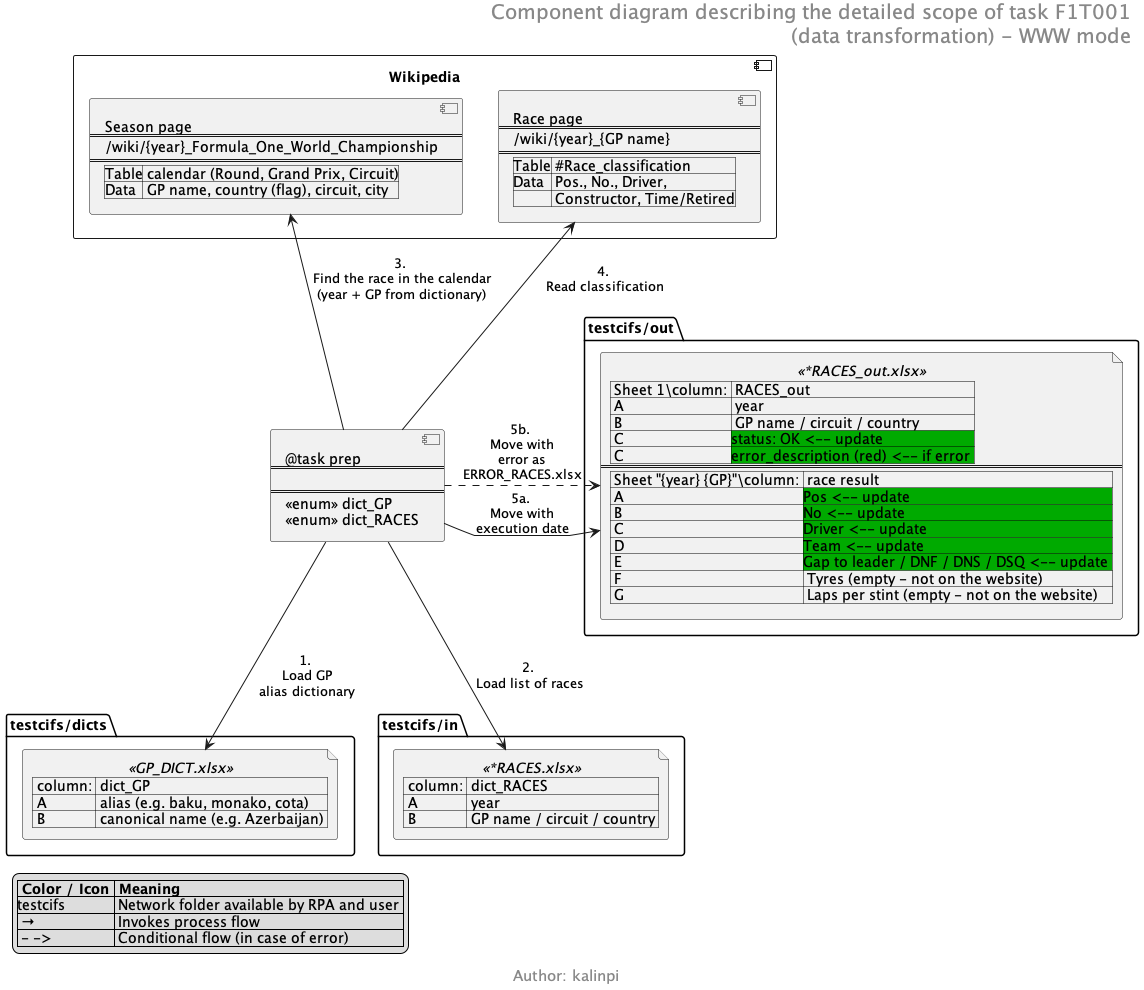
Before: www/f1t001/docs/EN/1_task_prep_Component_Diagram.png, a diagram exported from PlantUML (kalinpi/f1-rpa). Its diagram source:
```plantuml
@startuml
skinparam HeaderFontSize 20
skinparam FooterFontSize 15
header
Component diagram describing the detailed scope of task F1T001
(data transformation) - WWW mode
endheader
footer Author: kalinpi
allowmixing
skinparam linetype polyline

component Robot [
@task prep
====

====
<<enum>> dict_GP
<<enum>> dict_RACES
]

folder "testcifs/dicts" {
  file GPDICT <<GP_DICT.xlsx>> [
  | column: | dict_GP |
  | A | alias (e.g. baku, monako, cota) |
  | B | canonical name (e.g. Azerbaijan) |
  ]
}

folder "testcifs/in" {
  file RACES <<*RACES.xlsx>> [
  | column: | dict_RACES |
  | A | year |
  | B | GP name / circuit / country |
  ]
}

folder "testcifs/out" {
  file ROUT <<*RACES_out.xlsx>> [
  | Sheet 1\column: | RACES_out |
  | A | year |
  | B | GP name / circuit / country |
  | C | <#00AA00>status: OK <-- update |
  | C | <#00AA00>error_description (red) <-- if error |
  ====
  | Sheet "{year} {GP}"\column: | race result |
  | A | <#00AA00>Pos <-- update |
  | B | <#00AA00>No <-- update |
  | C | <#00AA00>Driver <-- update |
  | D | <#00AA00>Team <-- update |
  | E | <#00AA00>Gap to leader / DNF / DNS / DSQ <-- update |
  | F | Tyres (empty - not on the website) |
  | G | Laps per stint (empty - not on the website) |
  ]
}

component "Wikipedia" as WWW {
  component SEASON [
  Season page
  ====
  /wiki/{year}_Formula_One_World_Championship
  ====
  |Table| calendar (Round, Grand Prix, Circuit)|
  |Data| GP name, country (flag), circuit, city|
  ]
  component RACE [
  Race page
  ====
  /wiki/{year}_{GP name}
  ====
  |Table| #Race_classification|
  |Data| Pos., No., Driver,|
  |     | Constructor, Time/Retired|
  ]
}

SEASON -[hidden]r-> RACE

Robot -d-> GPDICT        : 1. \nLoad GP\nalias dictionary
Robot -d-> RACES         : 2. \nLoad list of races
Robot -u-> SEASON        : 3. \nFind the race in the calendar\n(year + GP from dictionary)
Robot -u-> RACE          : 4. \nRead classification
Robot -r-> ROUT          : 5a. \nMove with\nexecution date
Robot .r.> ROUT          : 5b. \nMove with\nerror as\nERROR_RACES.xlsx

legend bottom left
  |= Color / Icon |= Meaning |
  |testcifs| Network folder available by RPA and user |
  | →   | Invokes process flow |
  | - ->| Conditional flow (in case of error)  |
endlegend
@enduml
```
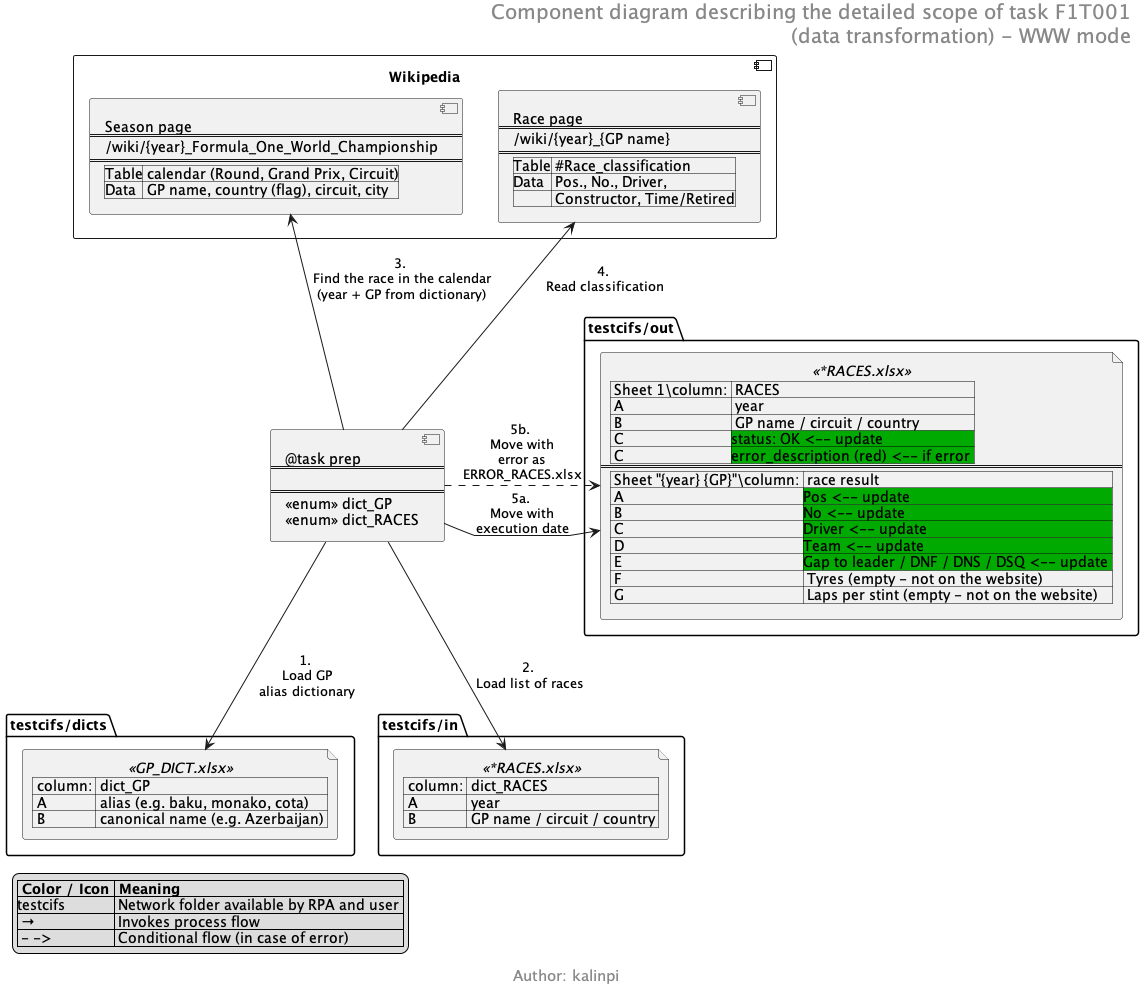
After the commit.

The edit, as a diff of the source:
```diff
@@ -35,8 +35,8 @@
 }
 
 folder "testcifs/out" {
-  file ROUT <<*RACES_out.xlsx>> [
-  | Sheet 1\column: | RACES_out |
+  file ROUT <<*RACES.xlsx>> [
+  | Sheet 1\column: | RACES |
   | A | year |
   | B | GP name / circuit / country |
   | C | <#00AA00>status: OK <-- update |
```
